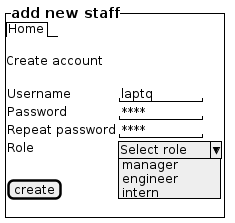
Earlier version of the PlantUML export docs/UML/Prototype/add-new-staff.png (LapTQ/MCT).
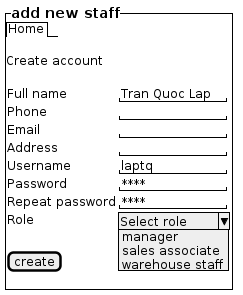
Above is the later version.

Diff of the diagram source:
```diff
@@ -7,10 +7,14 @@
     Create account
     .
     {
-        Username | "laptq     "
-        Password | "****      "
-        Repeat password | "****      "
-        Role | ^Select role^ manager^ engineer^ intern^
+        Full name | "Tran Quoc Lap"
+        Phone | "             "
+        Email | "             "
+        Address | "             "
+        Username | "laptq        "
+        Password | "****         "
+        Repeat password | "****         "
+        Role | ^Select role ^ manager^ sales associate^ warehouse staff ^
     }
     .
     [create]
```
